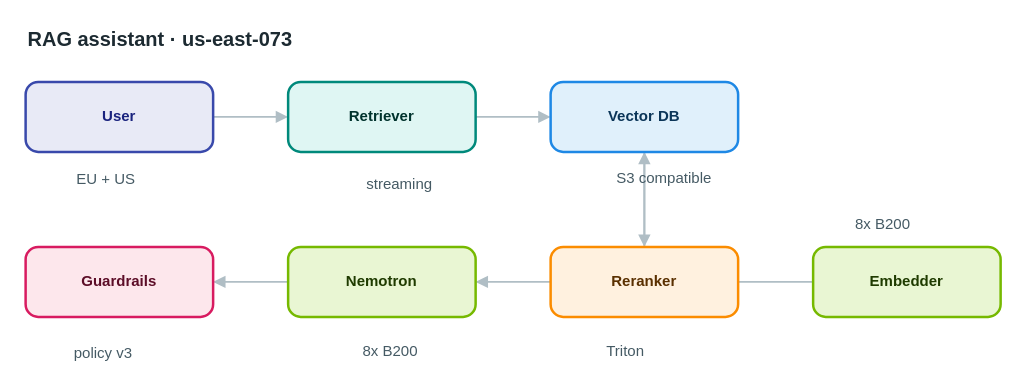
Above: apps/web/public/samples/library/073-rag-assistant.drawio in AryanG01/open-apprentice (draw.io), before the change. Source tidied: cells renumbered, new cells numbered last; positions are measured from the earlier drawing's top-left corner, leaving out a move shared by most shapes. Both pictures are drawn from the tidied source at 125%, with x=0, y=0 at pixel (25, 21).
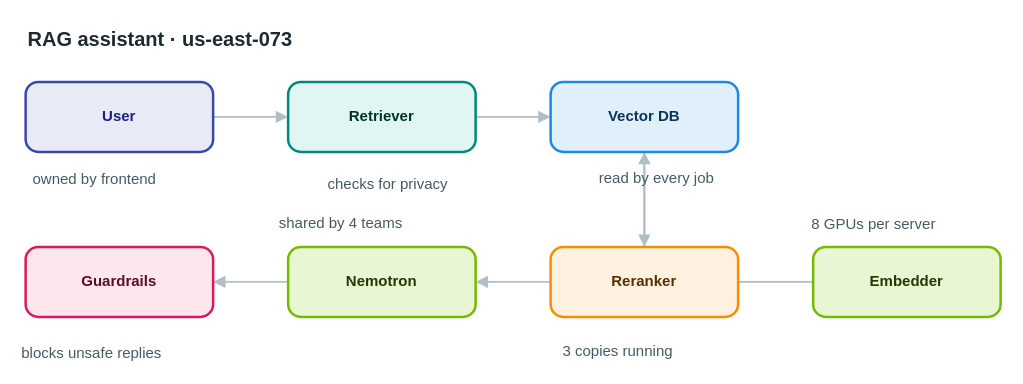
After the change.

Diff of the diagram source:
```diff
@@
-    <mxCell id="16" value="EU + US" style="text;html=1;align=left;verticalAlign=top;whiteSpace=nowrap;spacing=0;spacingTop=0;strokeColor=none;fillColor=none;fontSize=12;fontColor=#455a64;" parent="1" vertex="1">
-      <mxGeometry x="41" y="114" width="61" height="20" as="geometry" />
+    <mxCell id="16" value="owned by frontend" style="text;html=1;align=left;verticalAlign=top;whiteSpace=nowrap;spacing=0;spacingTop=0;strokeColor=none;fillColor=none;fontSize=12;fontColor=#455a64;" parent="1" vertex="1">
+      <mxGeometry x="6" y="114" width="131" height="20" as="geometry" />
     </mxCell>
-    <mxCell id="17" value="streaming" style="text;html=1;align=left;verticalAlign=top;whiteSpace=nowrap;spacing=0;spacingTop=0;strokeColor=none;fillColor=none;fontSize=12;fontColor=#455a64;" parent="1" vertex="1">
-      <mxGeometry x="273" y="118" width="75" height="20" as="geometry" />
+    <mxCell id="17" value="checks for privacy" style="text;html=1;align=left;verticalAlign=top;whiteSpace=nowrap;spacing=0;spacingTop=0;strokeColor=none;fillColor=none;fontSize=12;fontColor=#455a64;" parent="1" vertex="1">
+      <mxGeometry x="242" y="118" width="138" height="20" as="geometry" />
     </mxCell>
-    <mxCell id="18" value="S3 compatible" style="text;html=1;align=left;verticalAlign=top;whiteSpace=nowrap;spacing=0;spacingTop=0;strokeColor=none;fillColor=none;fontSize=12;fontColor=#455a64;" parent="1" vertex="1">
-      <mxGeometry x="473" y="113" width="103" height="20" as="geometry" />
+    <mxCell id="18" value="read by every job" style="text;html=1;align=left;verticalAlign=top;whiteSpace=nowrap;spacing=0;spacingTop=0;strokeColor=none;fillColor=none;fontSize=12;fontColor=#455a64;" parent="1" vertex="1">
+      <mxGeometry x="459" y="113" width="131" height="20" as="geometry" />
     </mxCell>
-    <mxCell id="19" value="Triton" style="text;html=1;align=left;verticalAlign=top;whiteSpace=nowrap;spacing=0;spacingTop=0;strokeColor=none;fillColor=none;fontSize=12;fontColor=#455a64;" parent="1" vertex="1">
-      <mxGeometry x="465" y="252" width="54" height="20" as="geometry" />
+    <mxCell id="19" value="3 copies running" style="text;html=1;align=left;verticalAlign=top;whiteSpace=nowrap;spacing=0;spacingTop=0;strokeColor=none;fillColor=none;fontSize=12;fontColor=#455a64;" parent="1" vertex="1">
+      <mxGeometry x="430" y="252" width="124" height="20" as="geometry" />
     </mxCell>
-    <mxCell id="20" value="8x B200" style="text;html=1;align=left;verticalAlign=top;whiteSpace=nowrap;spacing=0;spacingTop=0;strokeColor=none;fillColor=none;fontSize=12;fontColor=#455a64;" parent="1" vertex="1">
-      <mxGeometry x="270" y="252" width="61" height="20" as="geometry" />
+    <mxCell id="20" value="shared by 4 teams" style="text;html=1;align=left;verticalAlign=top;whiteSpace=nowrap;spacing=0;spacingTop=0;strokeColor=none;fillColor=none;fontSize=12;fontColor=#455a64;" parent="1" vertex="1">
+      <mxGeometry x="203" y="149" width="131" height="20" as="geometry" />
     </mxCell>
-    <mxCell id="21" value="policy v3" style="text;html=1;align=left;verticalAlign=top;whiteSpace=nowrap;spacing=0;spacingTop=0;strokeColor=none;fillColor=none;fontSize=12;fontColor=#455a64;" parent="1" vertex="1">
-      <mxGeometry x="39" y="253" width="75" height="20" as="geometry" />
+    <mxCell id="21" value="blocks unsafe replies" style="text;html=1;align=left;verticalAlign=top;whiteSpace=nowrap;spacing=0;spacingTop=0;strokeColor=none;fillColor=none;fontSize=12;fontColor=#455a64;" parent="1" vertex="1">
+      <mxGeometry x="-3" y="253" width="159" height="20" as="geometry" />
     </mxCell>
-    <mxCell id="22" value="8x B200" style="text;html=1;align=left;verticalAlign=top;whiteSpace=nowrap;spacing=0;spacingTop=0;strokeColor=none;fillColor=none;fontSize=12;fontColor=#455a64;" parent="1" vertex="1">
-      <mxGeometry x="664" y="150" width="61" height="20" as="geometry" />
+    <mxCell id="22" value="8 GPUs per server" style="text;html=1;align=left;verticalAlign=top;whiteSpace=nowrap;spacing=0;spacingTop=0;strokeColor=none;fillColor=none;fontSize=12;fontColor=#455a64;" parent="1" vertex="1">
+      <mxGeometry x="629" y="150" width="131" height="20" as="geometry" />
     </mxCell>
```
